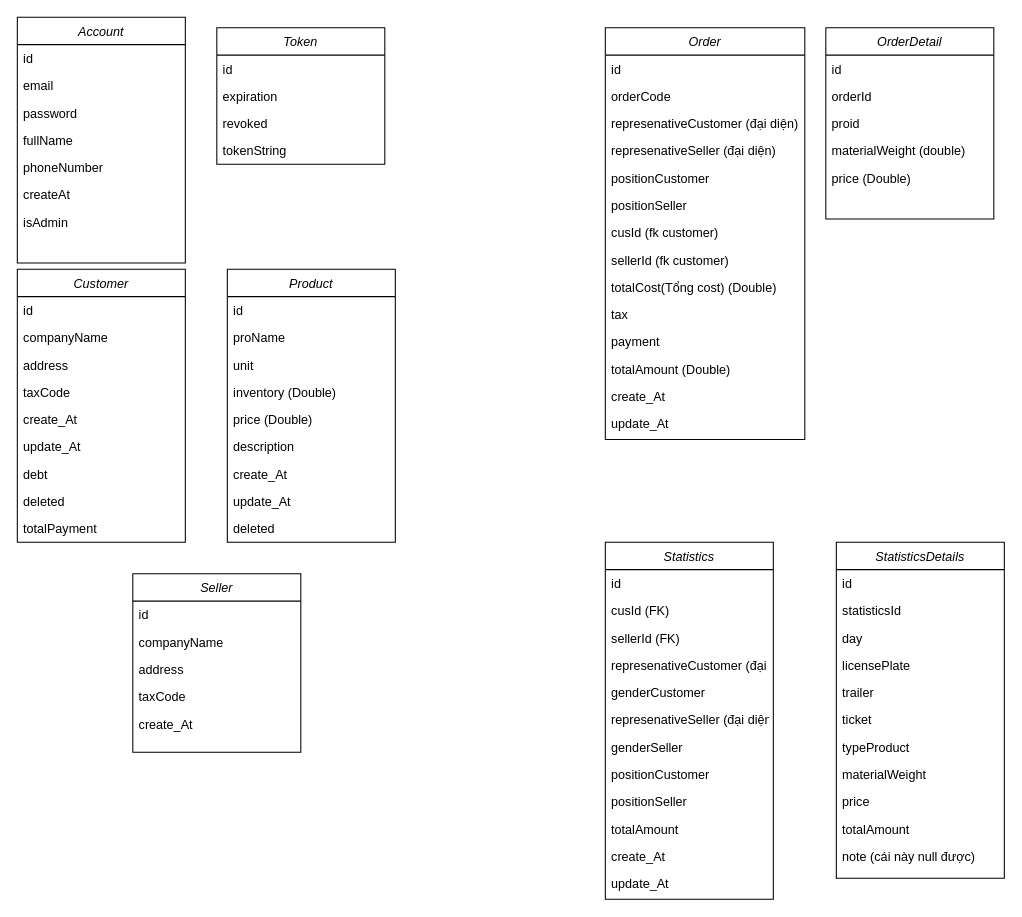
This is db Diagram.drawio from DacVuCaMap/ConstructCompany, a draw.io file, before an edit. Source tidied: cells renumbered, new cells numbered last; positions are measured from the earlier drawing's top-left corner, leaving out a move shared by most shapes. Both pictures are drawn from the tidied source at 105%, with x=0, y=0 at pixel (17, 17).
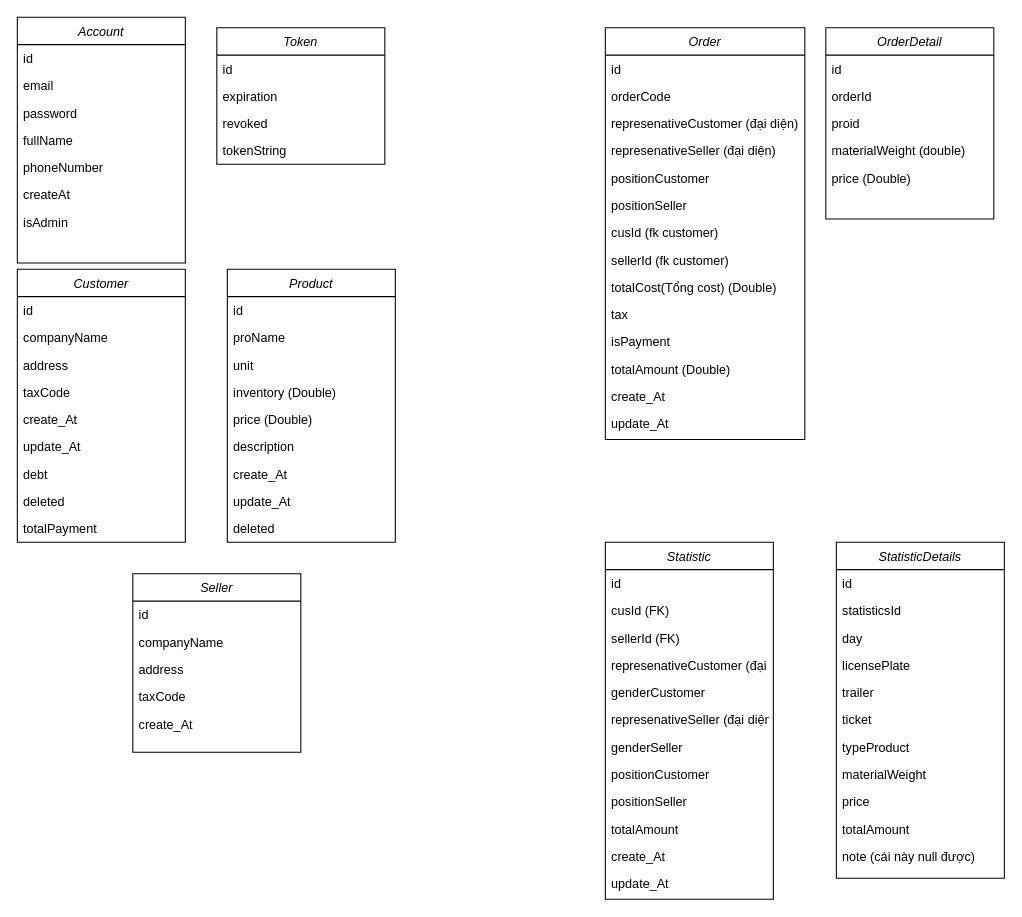
After the change.

The change refers to these unchanged cells:
```xml
<mxCell id="41" value="Order" style="swimlane;fontStyle=2;align=center;verticalAlign=top;horizontal=1;startSize=26;rounded=0;shadow=0;strokeWidth=1;" parent="1" vertex="1">
  <mxGeometry x="560" y="10" width="190" height="392" as="geometry" />
</mxCell>
```

What changed in the source:
```diff
@@
-    <mxCell id="52" value="payment" style="text;align=left;verticalAlign=top;spacingLeft=4;spacingRight=4;overflow=hidden;" parent="41" vertex="1">
+    <mxCell id="52" value="isPayment" style="text;align=left;verticalAlign=top;spacingLeft=4;spacingRight=4;overflow=hidden;" parent="41" vertex="1">
       <mxGeometry y="286" width="190" height="26" as="geometry" />
     </mxCell>
@@
-    <mxCell id="62" value="StatisticsDetails" style="swimlane;fontStyle=2;align=center;verticalAlign=top;horizontal=1;startSize=26;rounded=0;shadow=0;strokeWidth=1;" parent="1" vertex="1">
+    <mxCell id="62" value="StatisticDetails" style="swimlane;fontStyle=2;align=center;verticalAlign=top;horizontal=1;startSize=26;rounded=0;shadow=0;strokeWidth=1;" parent="1" vertex="1">
       <mxGeometry x="780" y="500" width="160" height="320" as="geometry" />
     </mxCell>
@@
-    <mxCell id="74" value="Statistics" style="swimlane;fontStyle=2;align=center;verticalAlign=top;horizontal=1;startSize=26;rounded=0;shadow=0;strokeWidth=1;" parent="1" vertex="1">
+    <mxCell id="74" value="Statistic" style="swimlane;fontStyle=2;align=center;verticalAlign=top;horizontal=1;startSize=26;rounded=0;shadow=0;strokeWidth=1;" parent="1" vertex="1">
       <mxGeometry x="560" y="500" width="160" height="340" as="geometry" />
     </mxCell>
```
